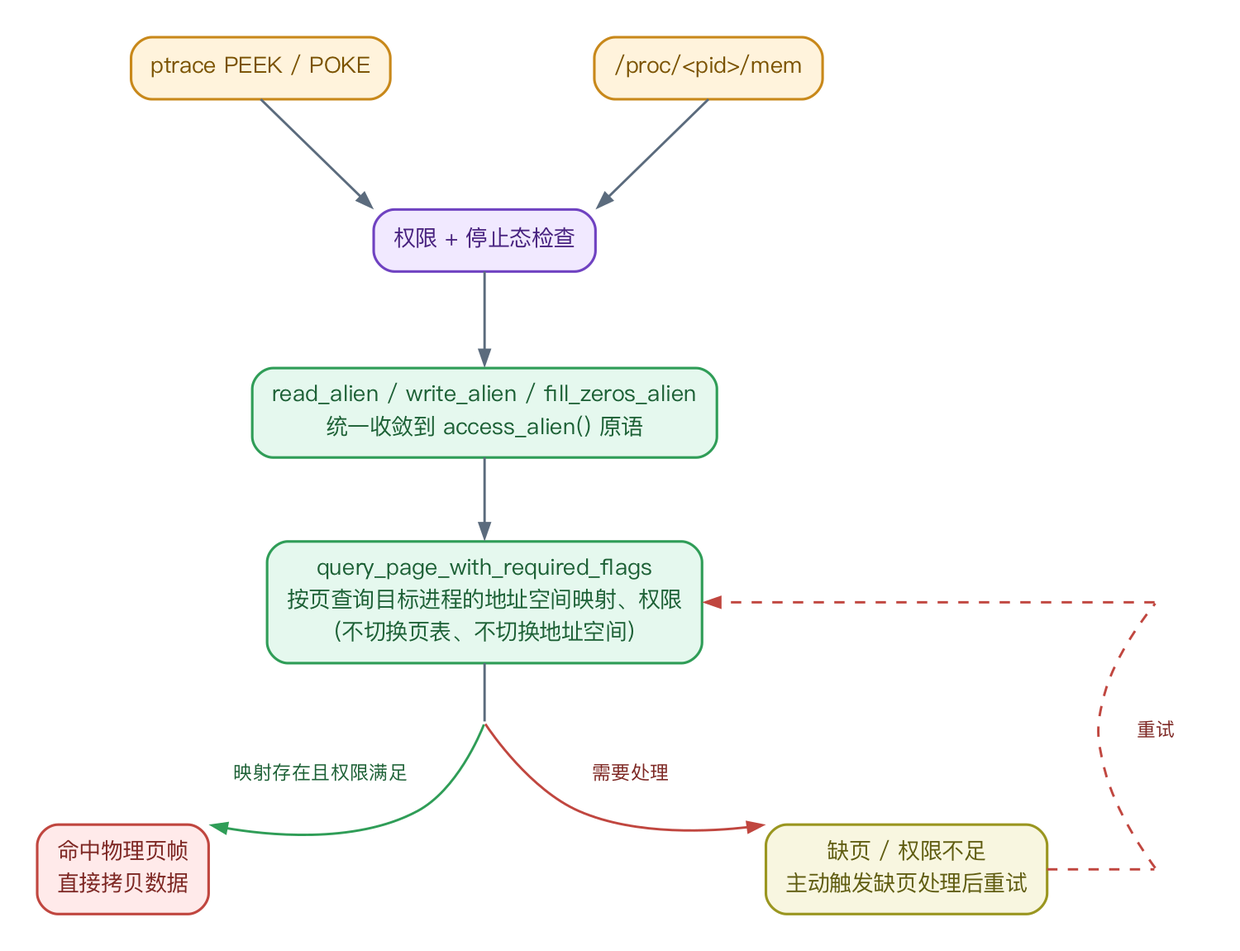
This is research_practice/assets/07_mem_access.png from vvvvsv/asterinas, a Graphviz export, as it was before one commit. Its source is kept beside it as research_practice/assets/07_mem_access.dot.
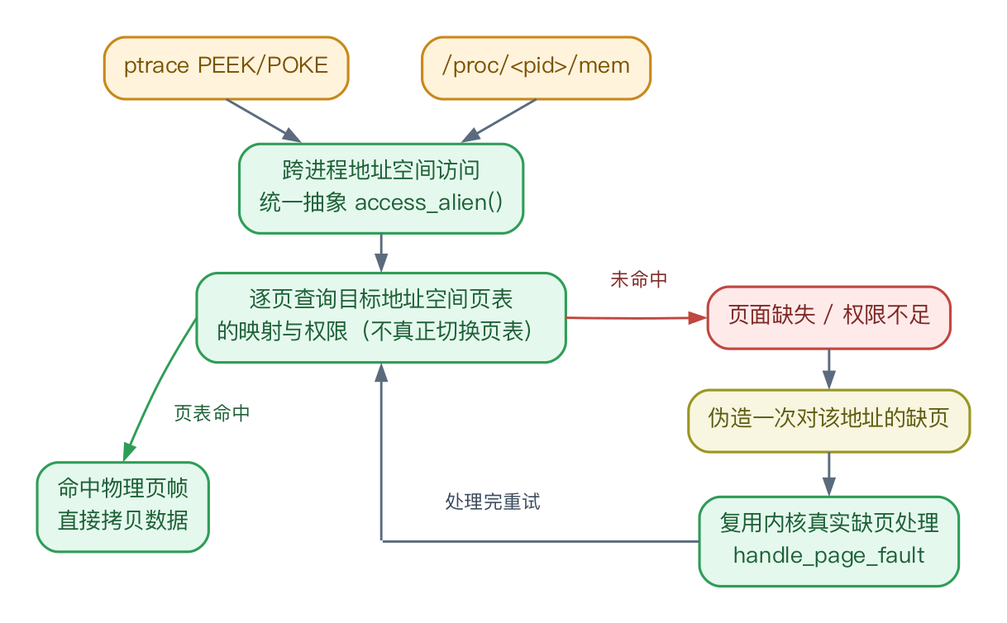
After the change.

Diff of the diagram source:
```diff
@@ -2,27 +2,25 @@
   graph [fontname="PingFang SC", bgcolor="white", pad="0.3", splines=true];
   node [fontname="PingFang SC", shape=box, style="rounded,filled", penwidth=1.5, margin="0.16,0.10", fontsize=13];
   edge [fontname="PingFang SC", color="#5b6b7d", penwidth=1.4, arrowsize=0.85, fontsize=11];
-  src1 [label="ptrace PEEK / POKE", fillcolor="#FFF3DC", color="#C8881A", fontcolor="#7a5200", pos="190,560"];
-  src2 [label="/proc/&lt;pid&gt;/mem", fillcolor="#FFF3DC", color="#C8881A", fontcolor="#7a5200", pos="450,560"];
-  chk [label="权限 + 停止态检查", fillcolor="#F1E9FF", color="#6F42C1", fontcolor="#48227f", pos="320,460"];
-  entry [label="read_alien / write_alien / fill_zeros_alien\n统一收敛到 access_alien() 原语", fillcolor="#E5F8EE", color="#2F9D57", fontcolor="#1c6035", pos="320,360"];
-  query [label="query_page_with_required_flags\n按页查询目标进程的地址空间映射、权限\n（不切换页表、不切换地址空间）", fillcolor="#E5F8EE", color="#2F9D57", fontcolor="#1c6035", pos="320,250"];
-  frame [label="命中物理页帧\n直接拷贝数据", fillcolor="#FFEAEA", color="#C0463F", fontcolor="#7d2723", pos="110,95"];
-  fault [label="缺页 / 权限不足\n主动触发缺页处理后重试", fillcolor="#F8F6E0", color="#9A9620", fontcolor="#5f5c10", pos="565,95"];
-  src1:s -> chk:nw;
-  src2:s -> chk:ne;
-  chk:s -> entry:n;
+  src1 [label="ptrace PEEK/POKE", fillcolor="#FFF3DC", color="#C8881A", fontcolor="#7a5200", pos="170,555"];
+  src2 [label="/proc/&lt;pid&gt;/mem", fillcolor="#FFF3DC", color="#C8881A", fontcolor="#7a5200", pos="350,555"];
+  entry [label="跨进程地址空间访问\n统一抽象 access_alien()", fillcolor="#E5F8EE", color="#2F9D57", fontcolor="#1c6035", pos="260,485"];
+  query [label="逐页查询目标地址空间页表\n的映射与权限（不真正切换页表）", fillcolor="#E5F8EE", color="#2F9D57", fontcolor="#1c6035", pos="260,410"];
+  frame [label="命中物理页帧\n直接拷贝数据", fillcolor="#E5F8EE", color="#2F9D57", fontcolor="#1c6035", pos="110,300"];
+  fcond [label="页面缺失 / 权限不足", fillcolor="#FFEAEA", color="#C0463F", fontcolor="#7d2723", pos="520,410"];
+  fmake [label="伪造一次对该地址的缺页", fillcolor="#F8F6E0", color="#9A9620", fontcolor="#5f5c10", pos="520,350"];
+  fhandle [label="复用内核真实缺页处理\nhandle_page_fault", fillcolor="#E5F8EE", color="#2F9D57", fontcolor="#1c6035", pos="520,280"];
+  src1:s -> entry;
+  src2:s -> entry;
   entry:s -> query:n;
-  jct [shape=point, width=0.01, style=invis, pos="320,180"];
-  query:s -> jct [arrowhead=none, color="#5b6b7d"];
-  jct -> frame:ne [color="#2F9D57"];
-  jct -> fault:nw [color="#C0463F"];
-  wp1 [shape=point, width=0.01, style=invis, pos="710,95"];
-  wp2 [shape=point, width=0.01, style=invis, pos="710,250"];
-  fault:e -> wp1 [arrowhead=none, color="#C0463F", style=dashed];
-  wp1 -> wp2 [arrowhead=none, color="#C0463F", style=dashed];
-  wp2 -> query:e [color="#C0463F", style=dashed];
-  l_frame [shape=box, style="filled", fillcolor="white", color="white", penwidth=0, margin="0.03,0.01", fontsize=11, fontcolor="#1c6035", pos="225,150", label="映射存在且权限满足"];
-  l_fault [shape=box, style="filled", fillcolor="white", color="white", penwidth=0, margin="0.03,0.01", fontsize=11, fontcolor="#7d2723", pos="405,150", label="需要处理"];
-  l_retry [shape=box, style="filled", fillcolor="white", color="white", penwidth=0, margin="0.03,0.01", fontsize=11, fontcolor="#7d2723", pos="710,175", label="重试"];
+  query:w -> frame:n [color="#2F9D57"];
+  query:e -> fcond:w [color="#C0463F"];
+  fcond:s -> fmake:n [color="#5b6b7d"];
+  fmake:s -> fhandle:n [color="#5b6b7d"];
+  wr1 [shape=point, width=0.01, style=invis, pos="260,280"];
+  fhandle:w -> wr1 [arrowhead=none, color="#5b6b7d"];
+  wr1 -> query:s [color="#5b6b7d"];
+  l_hit [shape=box, style="filled", fillcolor="white", color="white", penwidth=0, margin="0.03,0.01", fontsize=11, fontcolor="#1c6035", pos="162,353", label="页表命中"];
+  l_miss [shape=box, style="filled", fillcolor="white", color="white", penwidth=0, margin="0.03,0.01", fontsize=11, fontcolor="#7d2723", pos="410,431", label="未命中"];
+  l_retry [shape=box, style="filled", fillcolor="white", color="white", penwidth=0, margin="0.03,0.01", fontsize=11, fontcolor="#3a4a5c", pos="325,302", label="处理完重试"];
 }
```
